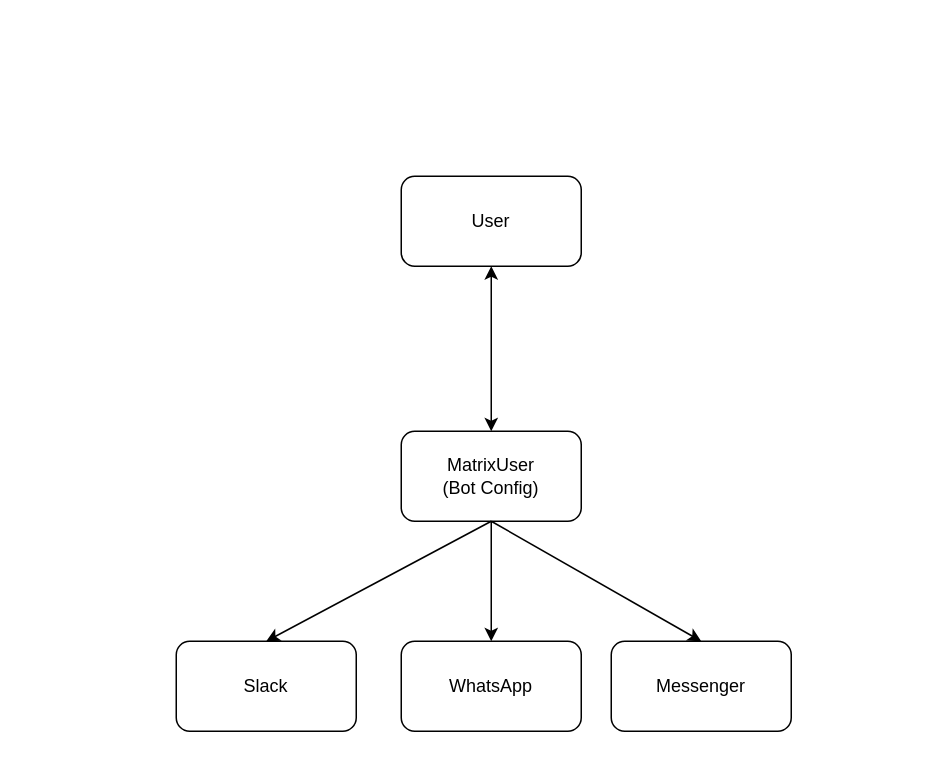
mengnans/draw.io.folder keeps this draw.io diagram as page "Solution" (3 of 5) of Untitled Diagram.drawio. Above is the earlier version. Source tidied: cells renumbered, new cells numbered last; positions are measured from the earlier drawing's top-left corner, leaving out a move shared by most shapes. Both pictures are drawn from the tidied source at 150%, with x=0, y=0 at pixel (176, 176).
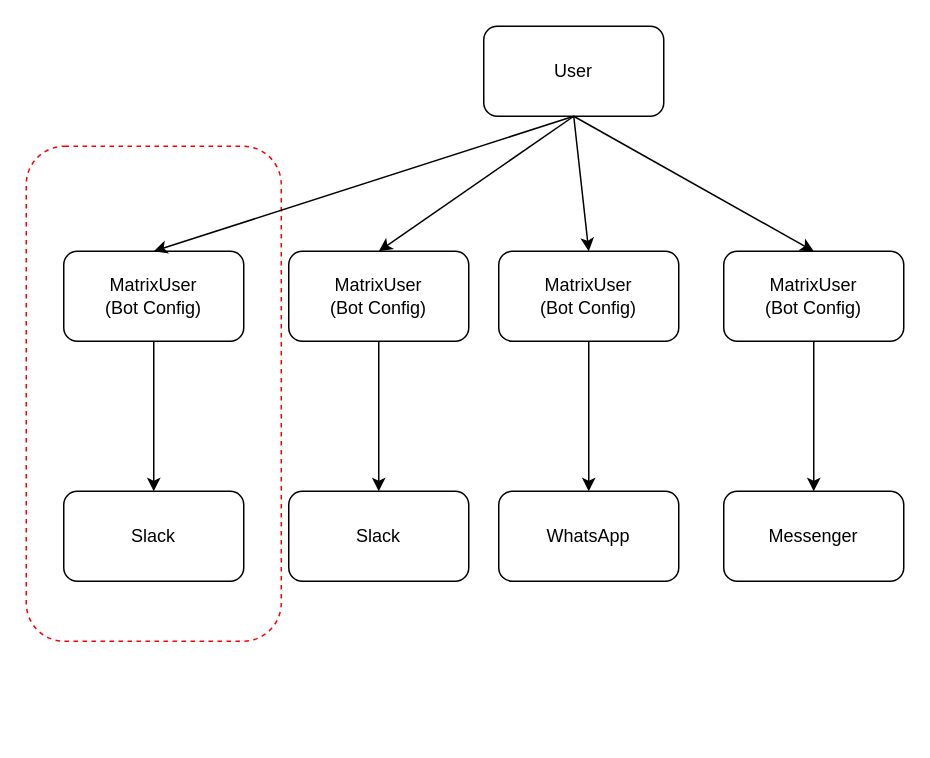
Above is the later version.

What changed in the source:
```diff
@@
+    <mxCell id="11" style="rounded=1;whiteSpace=wrap;html=1;dashed=1;fontColor=#FF4912;strokeColor=#FF0000;fillColor=none;" parent="1" vertex="1">
+      <mxGeometry x="-100" y="-20" width="170" height="330" as="geometry" />
+    </mxCell>
     <mxCell id="2" value="User" style="rounded=1;whiteSpace=wrap;html=1;" parent="1" vertex="1">
-      <mxGeometry x="150" width="120" height="60" as="geometry" />
+      <mxGeometry x="205" y="-100" width="120" height="60" as="geometry" />
     </mxCell>
     <mxCell id="3" value="MatrixUser &lt;br&gt;(Bot Config)" style="rounded=1;whiteSpace=wrap;html=1;" parent="1" vertex="1">
-      <mxGeometry x="150" y="170" width="120" height="60" as="geometry" />
+      <mxGeometry x="75" y="50" width="120" height="60" as="geometry" />
     </mxCell>
-    <mxCell id="4" style="endArrow=classic;startArrow=classic;html=1;rounded=0;exitX=0.5;exitY=1;exitDx=0;exitDy=0;entryX=0.5;entryY=0;entryDx=0;entryDy=0;" parent="1" edge="1" source="2" target="3">
+    <mxCell id="4" style="endArrow=classic;startArrow=none;html=1;rounded=0;exitX=0.5;exitY=1;exitDx=0;exitDy=0;entryX=0.5;entryY=0;entryDx=0;entryDy=0;startFill=0;" parent="1" edge="1" source="2" target="3">
       <mxGeometry relative="1" as="geometry" />
     </mxCell>
     <mxCell id="5" value="Slack" style="rounded=1;whiteSpace=wrap;html=1;" parent="1" vertex="1">
-      <mxGeometry y="310" width="120" height="60" as="geometry" />
+      <mxGeometry x="75" y="210" width="120" height="60" as="geometry" />
     </mxCell>
     <mxCell id="6" value="WhatsApp" style="rounded=1;whiteSpace=wrap;html=1;" parent="1" vertex="1">
-      <mxGeometry x="150" y="310" width="120" height="60" as="geometry" />
+      <mxGeometry x="215" y="210" width="120" height="60" as="geometry" />
     </mxCell>
     <mxCell id="7" value="Messenger" style="rounded=1;whiteSpace=wrap;html=1;" parent="1" vertex="1">
-      <mxGeometry x="290" y="310" width="120" height="60" as="geometry" />
+      <mxGeometry x="365" y="210" width="120" height="60" as="geometry" />
     </mxCell>
@@
-    <mxCell id="9" style="endArrow=classic;html=1;rounded=0;exitX=0.5;exitY=1;exitDx=0;exitDy=0;entryX=0.5;entryY=0;entryDx=0;entryDy=0;" parent="1" edge="1" source="3" target="6">
+    <mxCell id="9" style="endArrow=classic;html=1;rounded=0;exitX=0.5;exitY=1;exitDx=0;exitDy=0;entryX=0.5;entryY=0;entryDx=0;entryDy=0;" parent="1" edge="1" source="12" target="6">
       <mxGeometry relative="1" as="geometry" />
     </mxCell>
-    <mxCell id="10" style="endArrow=classic;html=1;rounded=0;entryX=0.5;entryY=0;entryDx=0;entryDy=0;" parent="1" edge="1" target="7">
-      <mxGeometry relative="1" as="geometry">
-        <mxPoint x="210" y="230" as="sourcePoint" />
-      </mxGeometry>
+    <mxCell id="10" style="endArrow=classic;html=1;rounded=0;entryX=0.5;entryY=0;entryDx=0;entryDy=0;exitX=0.5;exitY=1;exitDx=0;exitDy=0;" parent="1" edge="1" source="13" target="7">
+      <mxGeometry relative="1" as="geometry" />
     </mxCell>
+    <mxCell id="12" value="MatrixUser &lt;br&gt;(Bot Config)" style="rounded=1;whiteSpace=wrap;html=1;" parent="1" vertex="1">
+      <mxGeometry x="215" y="50" width="120" height="60" as="geometry" />
+    </mxCell>
+    <mxCell id="13" value="MatrixUser &lt;br&gt;(Bot Config)" style="rounded=1;whiteSpace=wrap;html=1;" parent="1" vertex="1">
+      <mxGeometry x="365" y="50" width="120" height="60" as="geometry" />
+    </mxCell>
+    <mxCell id="14" style="endArrow=classic;startArrow=none;html=1;rounded=0;exitX=0.5;exitY=1;exitDx=0;exitDy=0;entryX=0.5;entryY=0;entryDx=0;entryDy=0;verticalAlign=bottom;startFill=0;" parent="1" edge="1" source="2" target="12">
+      <mxGeometry relative="1" as="geometry" />
+    </mxCell>
+    <mxCell id="15" style="endArrow=classic;startArrow=none;html=1;rounded=0;entryX=0.5;entryY=0;entryDx=0;entryDy=0;verticalAlign=bottom;startFill=0;" parent="1" edge="1" target="13">
+      <mxGeometry relative="1" as="geometry">
+        <mxPoint x="265" y="-40" as="sourcePoint" />
+      </mxGeometry>
+    </mxCell>
+    <mxCell id="16" value="MatrixUser &lt;br&gt;(Bot Config)" style="rounded=1;whiteSpace=wrap;html=1;" parent="1" vertex="1">
+      <mxGeometry x="-75" y="50" width="120" height="60" as="geometry" />
+    </mxCell>
+    <mxCell id="17" value="Slack" style="rounded=1;whiteSpace=wrap;html=1;" parent="1" vertex="1">
+      <mxGeometry x="-75" y="210" width="120" height="60" as="geometry" />
+    </mxCell>
+    <mxCell id="18" style="endArrow=classic;html=1;rounded=0;entryX=0.5;entryY=0;entryDx=0;entryDy=0;" parent="1" edge="1" target="17">
+      <mxGeometry relative="1" as="geometry">
+        <mxPoint x="-15" y="110" as="sourcePoint" />
+      </mxGeometry>
+    </mxCell>
+    <mxCell id="19" style="endArrow=classic;startArrow=none;html=1;rounded=0;exitX=0.5;exitY=1;exitDx=0;exitDy=0;entryX=0.5;entryY=0;entryDx=0;entryDy=0;startFill=0;" parent="1" edge="1" source="2" target="16">
+      <mxGeometry relative="1" as="geometry" />
+    </mxCell>
```
